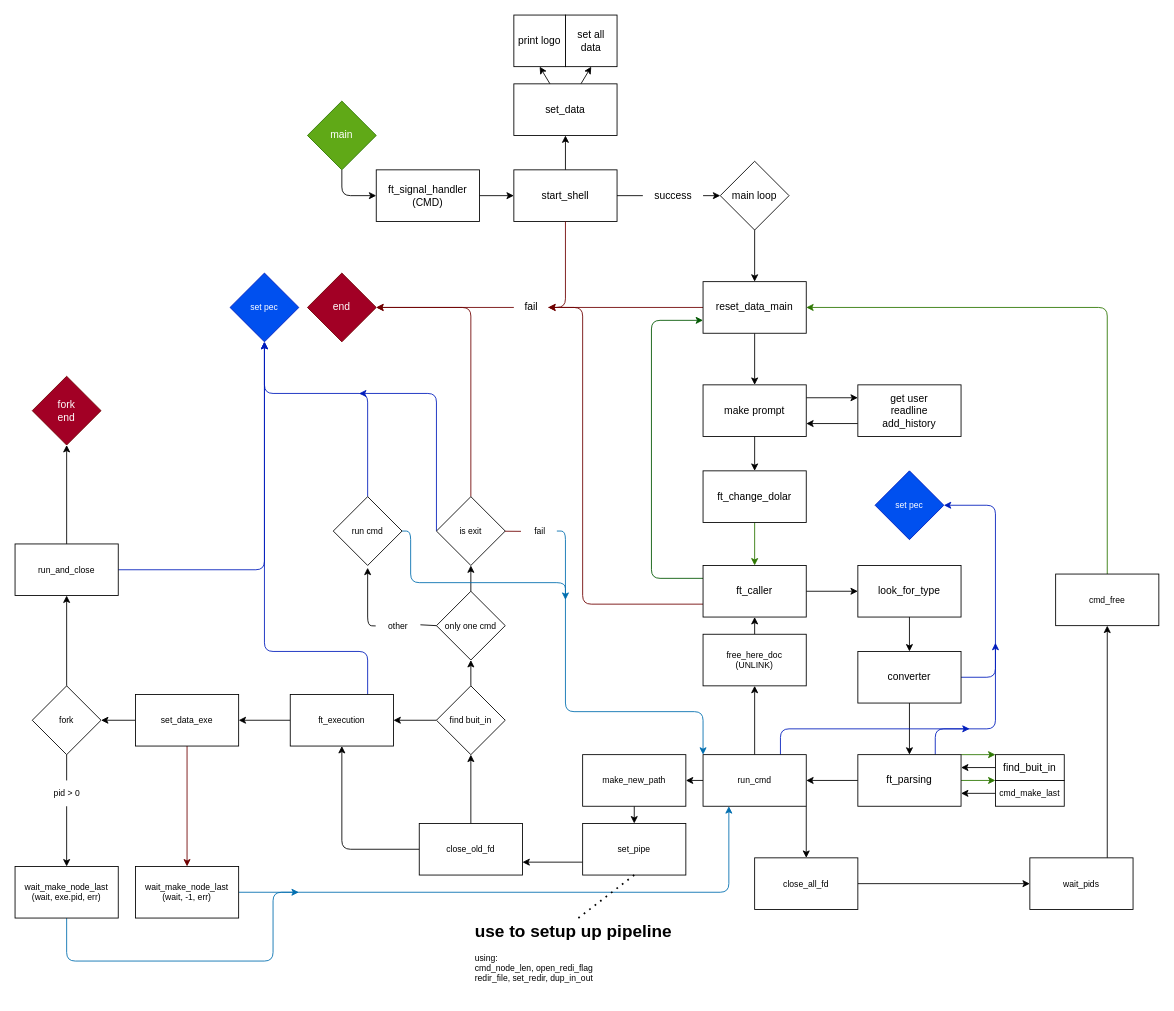
Earlier version of the draw.io diagram page "v1" (1 of 3) of minishell.drawio (sm222/minishell). Source tidied: cells renumbered, new cells numbered last; positions are measured from the earlier drawing's top-left corner, leaving out a move shared by most shapes. Both pictures are drawn from the tidied source at 86%, with x=0, y=0 at pixel (15, 15).
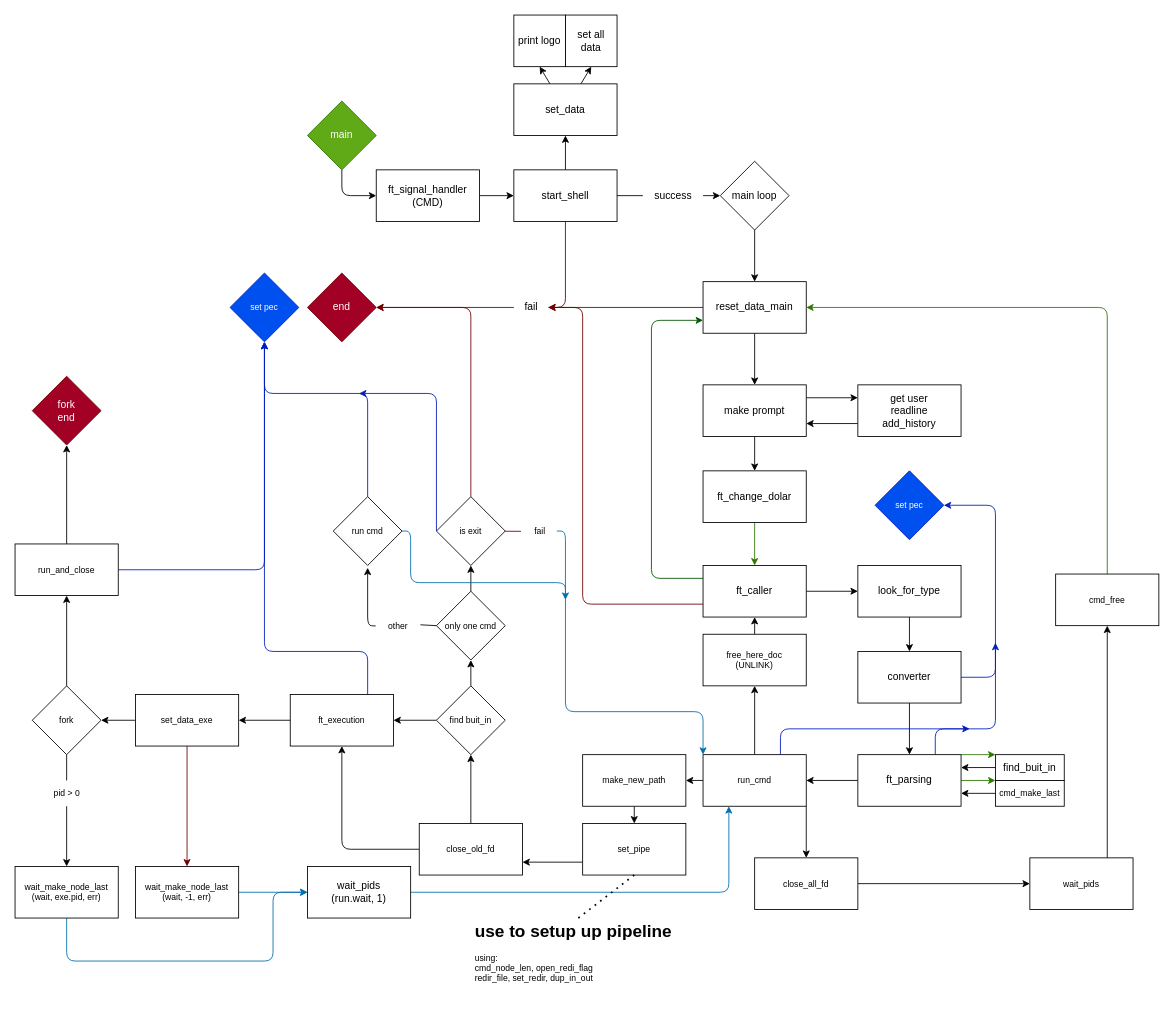
The same page after the edit.

The change refers to these unchanged cells:
```xml
<mxCell id="54" value="run_cmd" style="whiteSpace=wrap;html=1;fontSize=10;" parent="1" vertex="1">
  <mxGeometry x="800" y="860" width="120" height="60" as="geometry" />
</mxCell>
<mxCell id="92" value="wait_make_node_last&lt;br&gt;(wait, -1, err)" style="whiteSpace=wrap;html=1;fontSize=10;" parent="1" vertex="1">
  <mxGeometry x="140" y="990" width="120" height="60" as="geometry" />
</mxCell>
<mxCell id="100" value="wait_make_node_last&lt;br&gt;(wait, exe.pid, err)" style="whiteSpace=wrap;html=1;fontSize=10;" parent="1" vertex="1">
  <mxGeometry y="990" width="120" height="60" as="geometry" />
</mxCell>
```

Diff of the diagram source:
```diff
@@
-    <mxCell id="91" style="edgeStyle=none;html=1;fontSize=10;entryX=0.25;entryY=1;entryDx=0;entryDy=0;fillColor=#1ba1e2;strokeColor=#006EAF;" parent="1" edge="1" source="92" target="54">
+    <mxCell id="91" style="edgeStyle=none;html=1;fontSize=10;entryX=0.25;entryY=1;entryDx=0;entryDy=0;fillColor=#1ba1e2;strokeColor=#006EAF;exitX=1;exitY=0.5;exitDx=0;exitDy=0;" parent="1" edge="1" source="111" target="54">
       <mxGeometry relative="1" as="geometry">
         <Array as="points">
           <mxPoint x="830" y="1020" />
         </Array>
       </mxGeometry>
     </mxCell>
+    <mxCell id="110" style="edgeStyle=none;html=1;entryX=0;entryY=0.5;entryDx=0;entryDy=0;fillColor=#1ba1e2;strokeColor=#006EAF;" parent="1" edge="1" source="92" target="111">
+      <mxGeometry relative="1" as="geometry" />
+    </mxCell>
@@
-    <mxCell id="99" style="edgeStyle=none;html=1;exitX=0.5;exitY=1;exitDx=0;exitDy=0;fontSize=10;fillColor=#1ba1e2;strokeColor=#006EAF;" parent="1" edge="1" source="100">
+    <mxCell id="99" style="edgeStyle=none;html=1;exitX=0.5;exitY=1;exitDx=0;exitDy=0;fontSize=10;fillColor=#1ba1e2;strokeColor=#006EAF;" parent="1" edge="1" source="100" target="111">
       <mxGeometry relative="1" as="geometry">
-        <mxPoint x="330" y="1020" as="targetPoint" />
         <Array as="points">
           <mxPoint x="60" y="1100" />
           <mxPoint x="300" y="1100" />
           <mxPoint x="300" y="1020" />
         </Array>
       </mxGeometry>
     </mxCell>
@@
+    <mxCell id="111" value="wait_pids&lt;br&gt;(run.wait, 1)" style="whiteSpace=wrap;html=1;" parent="1" vertex="1">
+      <mxGeometry x="340" y="990" width="120" height="60" as="geometry" />
+    </mxCell>
```
